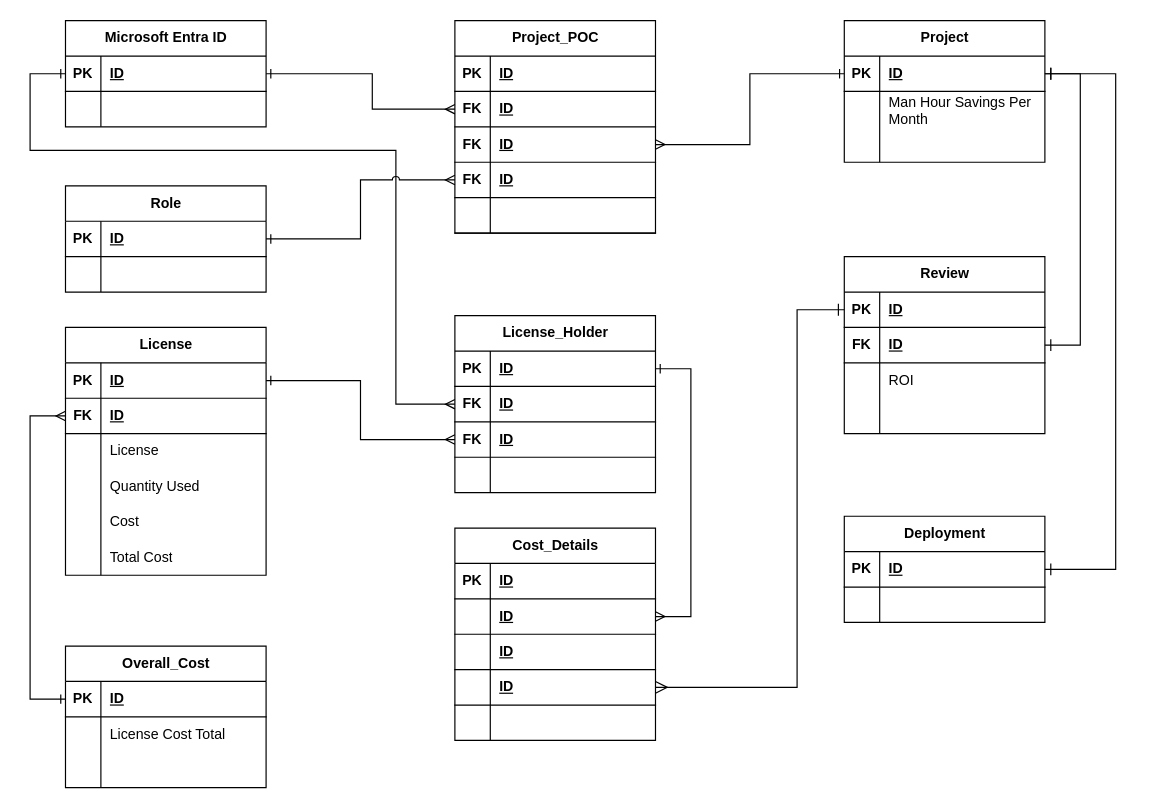
Earlier version of the draw.io diagram page "Option-3y" (1 of 2) of erd-projint-01.drawio (josjreyes/ProjectIntake). Source tidied: cells renumbered, new cells numbered last; positions are measured from the earlier drawing's top-left corner, leaving out a move shared by most shapes. Both pictures are drawn from the tidied source at 118%, with x=0, y=0 at pixel (30, 20).
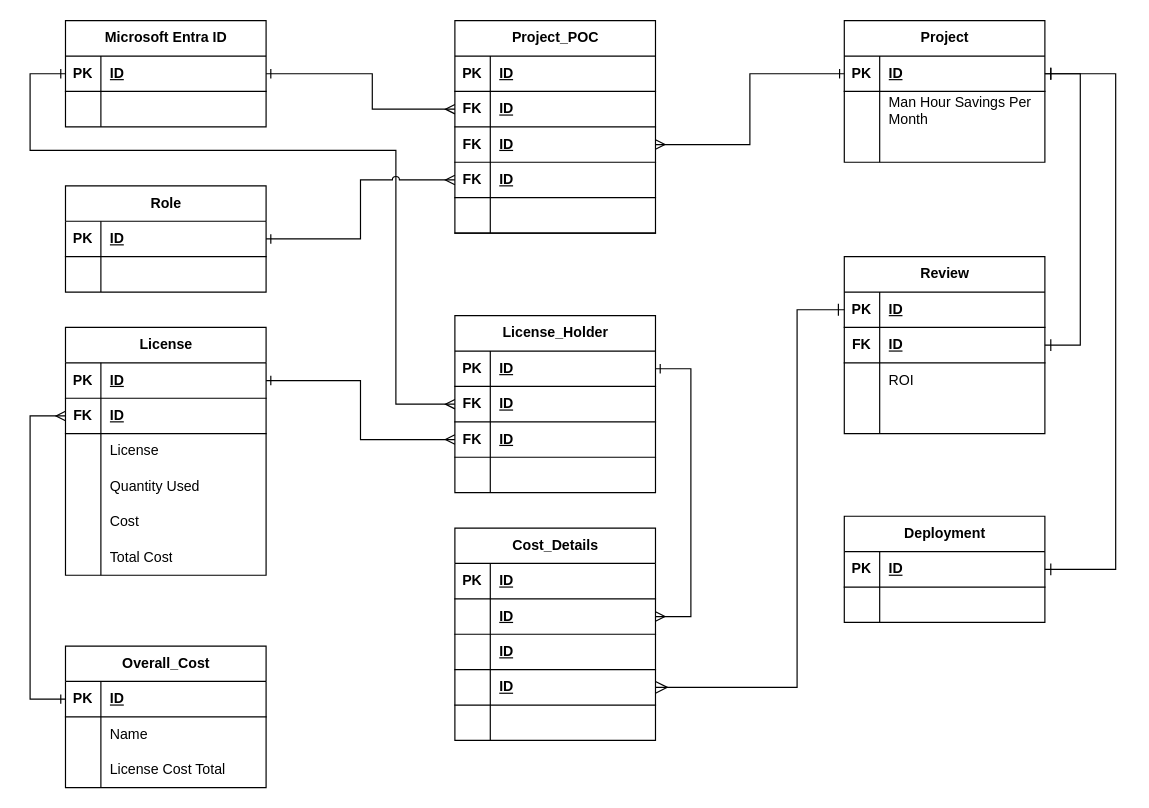
The same page after the edit.

Commit message:
Update to Overall_Cost table: added Name column

The change refers to these unchanged cells:
```xml
<mxCell id="123" style="shape=tableRow;horizontal=0;startSize=0;swimlaneHead=0;swimlaneBody=0;fillColor=none;top=0;left=0;right=0;bottom=0;" parent="119" vertex="1">
  <mxGeometry y="60" width="170" height="30" as="geometry" />
</mxCell>
<mxCell id="126" style="shape=tableRow;horizontal=0;startSize=0;swimlaneHead=0;swimlaneBody=0;fillColor=none;top=0;left=0;right=0;bottom=0;" parent="119" vertex="1">
  <mxGeometry y="90" width="170" height="30" as="geometry" />
</mxCell>
```

Change to the diagram source:
```diff
@@
-    <mxCell id="125" value="License Cost Total" style="shape=partialRectangle;fillColor=none;top=0;left=0;bottom=0;right=0;align=left;spacingLeft=6;overflow=hidden;whiteSpace=wrap;html=1;" parent="123" vertex="1">
+    <mxCell id="125" value="Name" style="shape=partialRectangle;fillColor=none;top=0;left=0;bottom=0;right=0;align=left;spacingLeft=6;overflow=hidden;whiteSpace=wrap;html=1;" parent="123" vertex="1">
       <mxGeometry x="30" width="140" height="30" as="geometry" />
     </mxCell>
@@
-    <mxCell id="128" style="shape=partialRectangle;fillColor=none;top=0;left=0;bottom=0;right=0;align=left;spacingLeft=6;overflow=hidden;whiteSpace=wrap;html=1;" parent="126" vertex="1">
+    <mxCell id="128" value="License Cost Total" style="shape=partialRectangle;fillColor=none;top=0;left=0;bottom=0;right=0;align=left;spacingLeft=6;overflow=hidden;whiteSpace=wrap;html=1;" parent="126" vertex="1">
       <mxGeometry x="30" width="140" height="30" as="geometry" />
     </mxCell>
```
